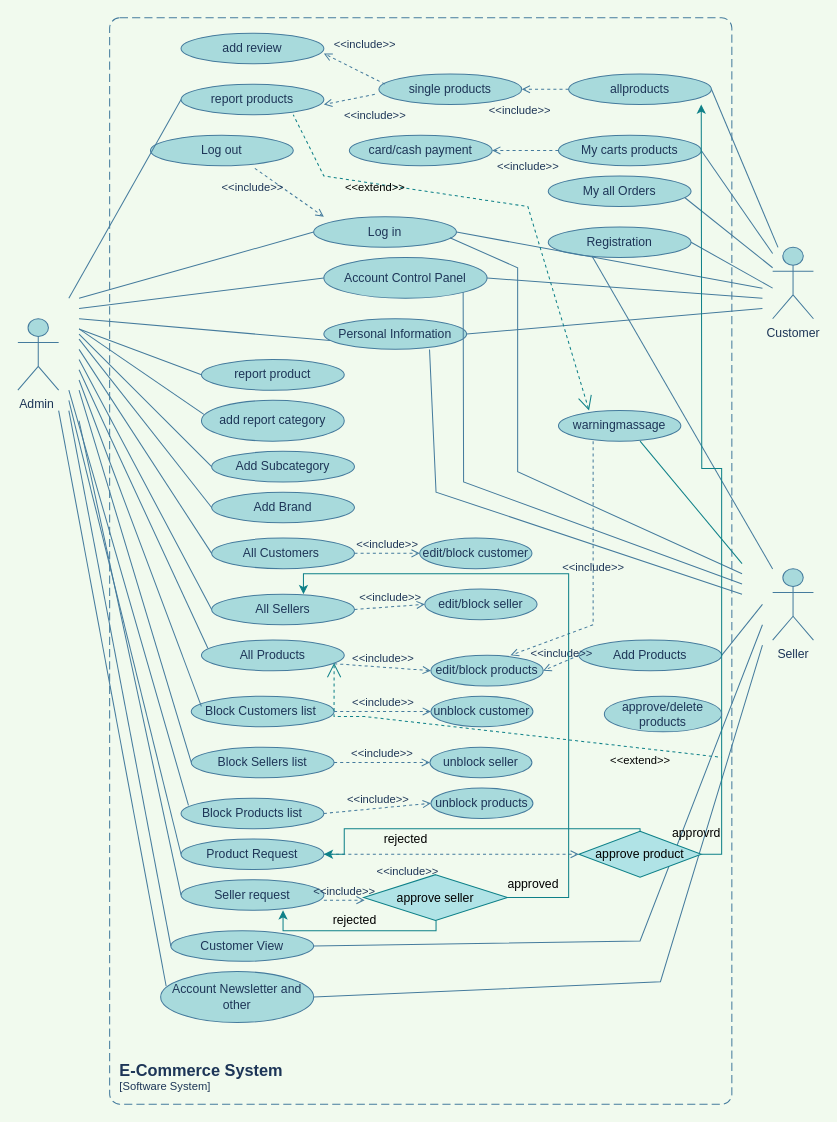
The draw.io diagram Use Case Diagram.drawio in Nasrinjaha/Click-Collect, before the edit. Source tidied: cells renumbered, new cells numbered last; positions are measured from the earlier drawing's top-left corner, leaving out a move shared by most shapes. Both pictures are drawn from the tidied source at 102%, with x=0, y=0 at pixel (17, 17).
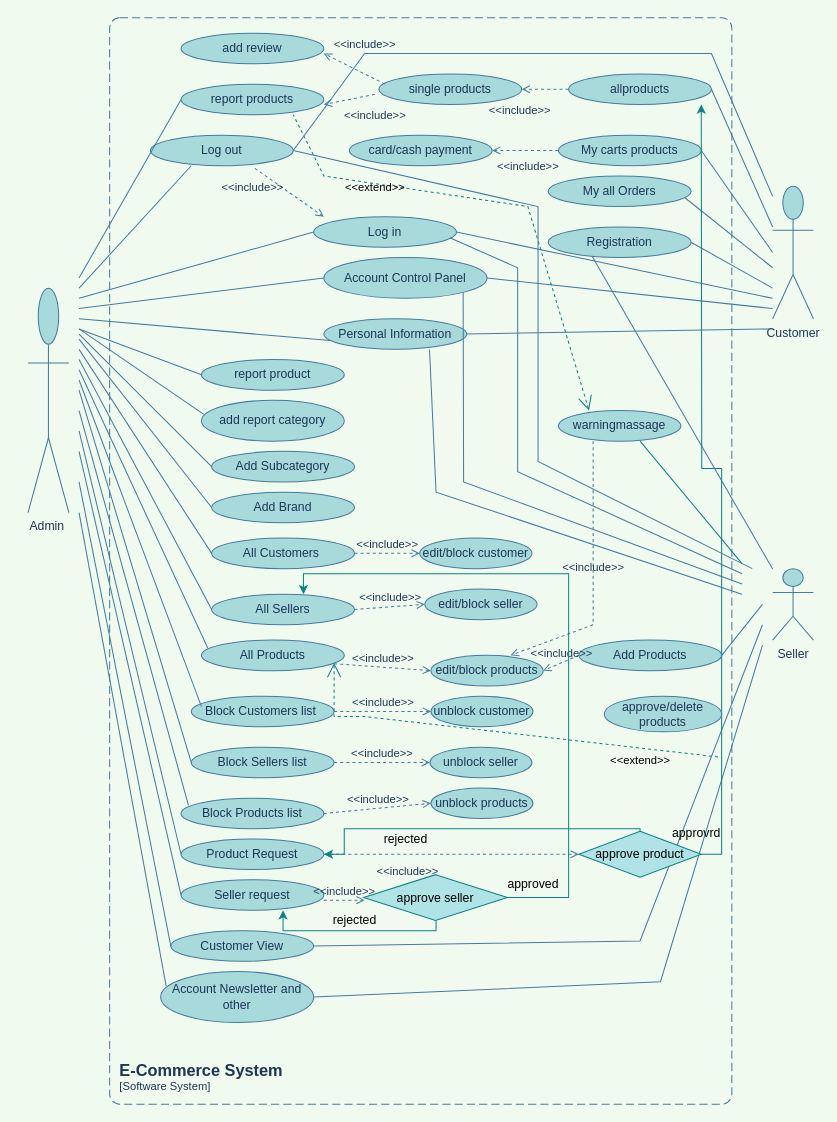
The same page after the edit.

The change refers to these unchanged cells:
```xml
<mxCell id="5" value="Account Control Panel" style="ellipse;whiteSpace=wrap;html=1;fillColor=#A8DADC;strokeColor=#457B9D;fontColor=#1D3557;" parent="1" vertex="1">
  <mxGeometry x="300" y="235" width="160" height="40" as="geometry" />
</mxCell>
<mxCell id="6" value="Personal Information" style="ellipse;whiteSpace=wrap;html=1;fillColor=#A8DADC;strokeColor=#457B9D;fontColor=#1D3557;" parent="1" vertex="1">
  <mxGeometry x="300" y="295" width="140" height="30" as="geometry" />
</mxCell>
<mxCell id="13" value="Block Products list" style="ellipse;whiteSpace=wrap;html=1;fillColor=#A8DADC;strokeColor=#457B9D;fontColor=#1D3557;" parent="1" vertex="1">
  <mxGeometry x="160" y="765" width="140" height="30" as="geometry" />
</mxCell>
<mxCell id="15" value="Product Request" style="ellipse;whiteSpace=wrap;html=1;fillColor=#A8DADC;strokeColor=#457B9D;fontColor=#1D3557;" parent="1" vertex="1">
  <mxGeometry x="160" y="805" width="140" height="30" as="geometry" />
</mxCell>
<mxCell id="16" value="Customer View" style="ellipse;whiteSpace=wrap;html=1;fillColor=#A8DADC;strokeColor=#457B9D;fontColor=#1D3557;" parent="1" vertex="1">
  <mxGeometry x="150" y="895" width="140" height="30" as="geometry" />
</mxCell>
<mxCell id="17" value="Account Newsletter and other" style="ellipse;whiteSpace=wrap;html=1;fillColor=#A8DADC;strokeColor=#457B9D;fontColor=#1D3557;" parent="1" vertex="1">
  <mxGeometry x="140" y="935" width="150" height="50" as="geometry" />
</mxCell>
<mxCell id="19" value="Log in" style="ellipse;whiteSpace=wrap;html=1;fillColor=#A8DADC;strokeColor=#457B9D;fontColor=#1D3557;" parent="1" vertex="1">
  <mxGeometry x="290" y="195" width="140" height="30" as="geometry" />
</mxCell>
<mxCell id="20" value="Log out" style="ellipse;whiteSpace=wrap;html=1;fillColor=#A8DADC;strokeColor=#457B9D;fontColor=#1D3557;" parent="1" vertex="1">
  <mxGeometry x="130" y="115" width="140" height="30" as="geometry" />
</mxCell>
<mxCell id="39" value="allproducts" style="ellipse;whiteSpace=wrap;html=1;fillColor=#A8DADC;strokeColor=#457B9D;fontColor=#1D3557;" parent="1" vertex="1">
  <mxGeometry x="540" y="55" width="140" height="30" as="geometry" />
</mxCell>
<mxCell id="40" value="My carts products" style="ellipse;whiteSpace=wrap;html=1;fillColor=#A8DADC;strokeColor=#457B9D;fontColor=#1D3557;" parent="1" vertex="1">
  <mxGeometry x="530" y="115" width="140" height="30" as="geometry" />
</mxCell>
<mxCell id="62" value="Seller request" style="ellipse;whiteSpace=wrap;html=1;fillColor=#A8DADC;strokeColor=#457B9D;fontColor=#1D3557;" parent="1" vertex="1">
  <mxGeometry x="160" y="845" width="140" height="30" as="geometry" />
</mxCell>
<mxCell id="75" value="report products" style="ellipse;whiteSpace=wrap;html=1;fillColor=#A8DADC;strokeColor=#457B9D;fontColor=#1D3557;" parent="1" vertex="1">
  <mxGeometry x="160" y="65" width="140" height="30" as="geometry" />
</mxCell>
```

Diff of the diagram source:
```diff
@@
     <mxCell id="2" value="Admin&amp;nbsp;" style="shape=umlActor;html=1;verticalLabelPosition=bottom;verticalAlign=top;align=center;fillColor=#A8DADC;strokeColor=#457B9D;fontColor=#1D3557;" parent="1" vertex="1">
-      <mxGeometry y="295" width="40" height="70" as="geometry" />
+      <mxGeometry x="10" y="265" width="40" height="220" as="geometry" />
     </mxCell>
     <mxCell id="3" value="Customer" style="shape=umlActor;html=1;verticalLabelPosition=bottom;verticalAlign=top;align=center;fillColor=#A8DADC;strokeColor=#457B9D;fontColor=#1D3557;" parent="1" vertex="1">
-      <mxGeometry x="740" y="225" width="40" height="70" as="geometry" />
+      <mxGeometry x="740" y="165" width="40" height="130" as="geometry" />
     </mxCell>
@@
     <mxCell id="31" style="edgeStyle=none;html=1;endArrow=none;verticalAlign=bottom;rounded=0;entryX=0.052;entryY=0.237;entryDx=0;entryDy=0;entryPerimeter=0;labelBackgroundColor=#F1FAEE;strokeColor=#457B9D;fontColor=#1D3557;" parent="1" edge="1" target="13">
       <mxGeometry relative="1" as="geometry">
-        <mxPoint x="50" y="365" as="sourcePoint" />
+        <mxPoint x="60" y="385" as="sourcePoint" />
       </mxGeometry>
     </mxCell>
     <mxCell id="32" style="edgeStyle=none;html=1;endArrow=none;verticalAlign=bottom;rounded=0;entryX=0;entryY=0.5;entryDx=0;entryDy=0;labelBackgroundColor=#F1FAEE;strokeColor=#457B9D;fontColor=#1D3557;" parent="1" edge="1" target="15">
       <mxGeometry relative="1" as="geometry">
-        <mxPoint x="50" y="375" as="sourcePoint" />
+        <mxPoint x="60" y="405" as="sourcePoint" />
       </mxGeometry>
     </mxCell>
     <mxCell id="33" style="edgeStyle=none;html=1;endArrow=none;verticalAlign=bottom;rounded=0;entryX=0;entryY=0.5;entryDx=0;entryDy=0;labelBackgroundColor=#F1FAEE;strokeColor=#457B9D;fontColor=#1D3557;" parent="1" edge="1" target="16">
       <mxGeometry relative="1" as="geometry">
-        <mxPoint x="50" y="385" as="sourcePoint" />
+        <mxPoint x="60" y="455" as="sourcePoint" />
       </mxGeometry>
     </mxCell>
     <mxCell id="34" style="edgeStyle=none;html=1;endArrow=none;verticalAlign=bottom;rounded=0;entryX=0.036;entryY=0.285;entryDx=0;entryDy=0;entryPerimeter=0;labelBackgroundColor=#F1FAEE;strokeColor=#457B9D;fontColor=#1D3557;" parent="1" edge="1" target="17">
       <mxGeometry relative="1" as="geometry">
-        <mxPoint x="40" y="385" as="sourcePoint" />
+        <mxPoint x="60" y="485" as="sourcePoint" />
       </mxGeometry>
     </mxCell>
@@
     <mxCell id="36" style="edgeStyle=none;html=1;endArrow=none;verticalAlign=bottom;rounded=0;exitX=1;exitY=0.5;exitDx=0;exitDy=0;labelBackgroundColor=#F1FAEE;strokeColor=#457B9D;fontColor=#1D3557;" parent="1" edge="1" source="19">
       <mxGeometry relative="1" as="geometry">
-        <mxPoint x="730" y="265" as="targetPoint" />
+        <mxPoint x="740" y="275" as="targetPoint" />
       </mxGeometry>
     </mxCell>
     <mxCell id="37" style="edgeStyle=none;html=1;endArrow=none;verticalAlign=bottom;rounded=0;exitX=1;exitY=0.5;exitDx=0;exitDy=0;labelBackgroundColor=#F1FAEE;strokeColor=#457B9D;fontColor=#1D3557;" parent="1" edge="1" source="5">
       <mxGeometry relative="1" as="geometry">
-        <mxPoint x="730" y="275" as="targetPoint" />
+        <mxPoint x="740" y="285" as="targetPoint" />
       </mxGeometry>
     </mxCell>
     <mxCell id="38" style="edgeStyle=none;html=1;endArrow=none;verticalAlign=bottom;rounded=0;exitX=1;exitY=0.5;exitDx=0;exitDy=0;labelBackgroundColor=#F1FAEE;strokeColor=#457B9D;fontColor=#1D3557;" parent="1" edge="1" source="6">
       <mxGeometry relative="1" as="geometry">
-        <mxPoint x="730" y="285" as="targetPoint" />
+        <mxPoint x="740" y="305" as="targetPoint" />
       </mxGeometry>
     </mxCell>
@@
-    <mxCell id="41" style="edgeStyle=none;html=1;endArrow=none;verticalAlign=bottom;rounded=0;exitX=1;exitY=0.5;exitDx=0;exitDy=0;labelBackgroundColor=#F1FAEE;strokeColor=#457B9D;fontColor=#1D3557;" parent="1" edge="1" source="39" target="3">
-      <mxGeometry relative="1" as="geometry" />
+    <mxCell id="41" style="edgeStyle=none;html=1;endArrow=none;verticalAlign=bottom;rounded=0;exitX=1;exitY=0.5;exitDx=0;exitDy=0;labelBackgroundColor=#F1FAEE;strokeColor=#457B9D;fontColor=#1D3557;" parent="1" edge="1" source="39">
+      <mxGeometry relative="1" as="geometry">
+        <mxPoint x="740" y="205" as="targetPoint" />
+      </mxGeometry>
     </mxCell>
-    <mxCell id="42" style="edgeStyle=none;html=1;endArrow=none;verticalAlign=bottom;rounded=0;exitX=1;exitY=0.5;exitDx=0;exitDy=0;labelBackgroundColor=#F1FAEE;strokeColor=#457B9D;fontColor=#1D3557;" parent="1" edge="1" source="40" target="3">
-      <mxGeometry relative="1" as="geometry" />
+    <mxCell id="42" style="edgeStyle=none;html=1;endArrow=none;verticalAlign=bottom;rounded=0;exitX=1;exitY=0.5;exitDx=0;exitDy=0;labelBackgroundColor=#F1FAEE;strokeColor=#457B9D;fontColor=#1D3557;" parent="1" edge="1" source="40">
+      <mxGeometry relative="1" as="geometry">
+        <mxPoint x="740" y="230" as="targetPoint" />
+      </mxGeometry>
     </mxCell>
@@
     <mxCell id="63" style="edgeStyle=none;html=1;endArrow=none;verticalAlign=bottom;rounded=0;entryX=0;entryY=0.5;entryDx=0;entryDy=0;labelBackgroundColor=#F1FAEE;strokeColor=#457B9D;fontColor=#1D3557;" parent="1" edge="1" target="62">
       <mxGeometry relative="1" as="geometry">
-        <mxPoint x="60" y="395" as="sourcePoint" />
+        <mxPoint x="60" y="425" as="sourcePoint" />
       </mxGeometry>
     </mxCell>
@@
     <mxCell id="85" style="edgeStyle=none;html=1;endArrow=none;verticalAlign=bottom;rounded=0;entryX=0;entryY=0.5;entryDx=0;entryDy=0;labelBackgroundColor=#F1FAEE;strokeColor=#457B9D;fontColor=#1D3557;" parent="1" edge="1" target="75">
       <mxGeometry relative="1" as="geometry">
-        <mxPoint x="50" y="275" as="sourcePoint" />
+        <mxPoint x="60" y="255" as="sourcePoint" />
       </mxGeometry>
     </mxCell>
@@
+    <mxCell id="101" style="edgeStyle=none;html=1;endArrow=none;verticalAlign=bottom;rounded=0;labelBackgroundColor=#F1FAEE;strokeColor=#457B9D;fontColor=#1D3557;" parent="1" edge="1">
+      <mxGeometry relative="1" as="geometry">
+        <mxPoint x="60" y="265" as="sourcePoint" />
+        <mxPoint x="170" y="145" as="targetPoint" />
+      </mxGeometry>
+    </mxCell>
+    <mxCell id="102" style="edgeStyle=none;html=1;endArrow=none;verticalAlign=bottom;rounded=0;labelBackgroundColor=#F1FAEE;strokeColor=#457B9D;fontColor=#1D3557;exitX=1;exitY=0.5;exitDx=0;exitDy=0;" parent="1" edge="1" source="20">
+      <mxGeometry relative="1" as="geometry">
+        <mxPoint x="740" y="175" as="targetPoint" />
+        <Array as="points">
+          <mxPoint x="340" y="35" />
+          <mxPoint x="680" y="35" />
+        </Array>
+      </mxGeometry>
+    </mxCell>
+    <mxCell id="103" style="edgeStyle=none;html=1;endArrow=none;verticalAlign=bottom;rounded=0;labelBackgroundColor=#F1FAEE;strokeColor=#457B9D;fontColor=#1D3557;exitX=1;exitY=0.5;exitDx=0;exitDy=0;" parent="1" edge="1" source="20">
+      <mxGeometry relative="1" as="geometry">
+        <mxPoint x="720" y="540" as="targetPoint" />
+        <Array as="points">
+          <mxPoint x="510" y="185" />
+          <mxPoint x="510" y="435" />
+        </Array>
+      </mxGeometry>
+    </mxCell>
```
